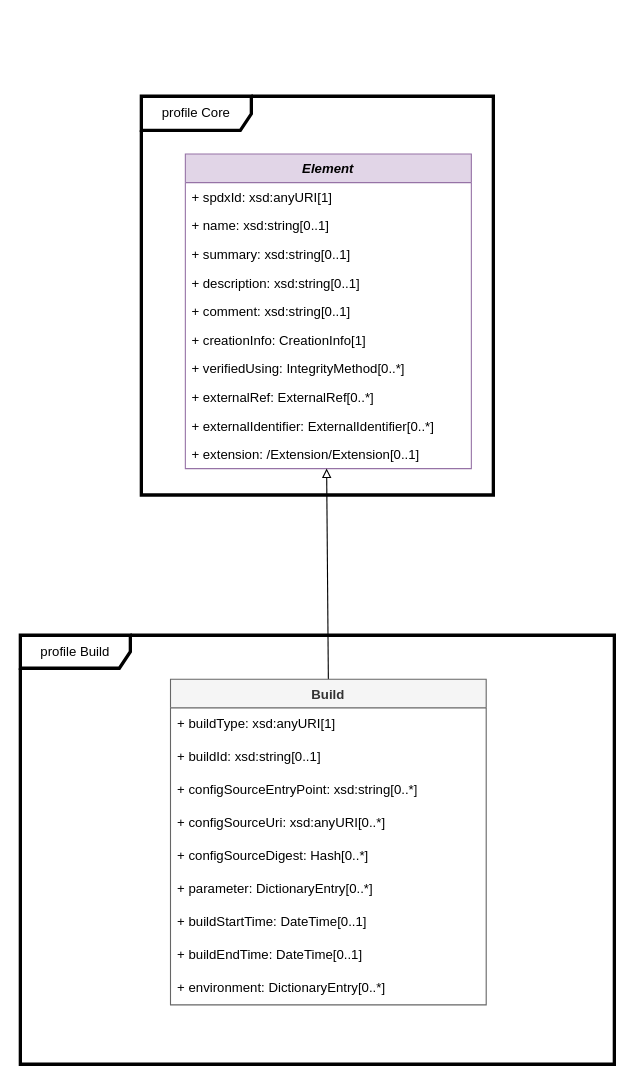
Before: page "Build" (5 of 8) of docs/model.drawio in spdx/spdx-3-model, a draw.io diagram. Source tidied: cells renumbered, new cells numbered last; positions are measured from the earlier drawing's top-left corner, leaving out a move shared by most shapes. Both pictures are drawn from the tidied source at 110%, with x=0, y=0 at pixel (20, 96).
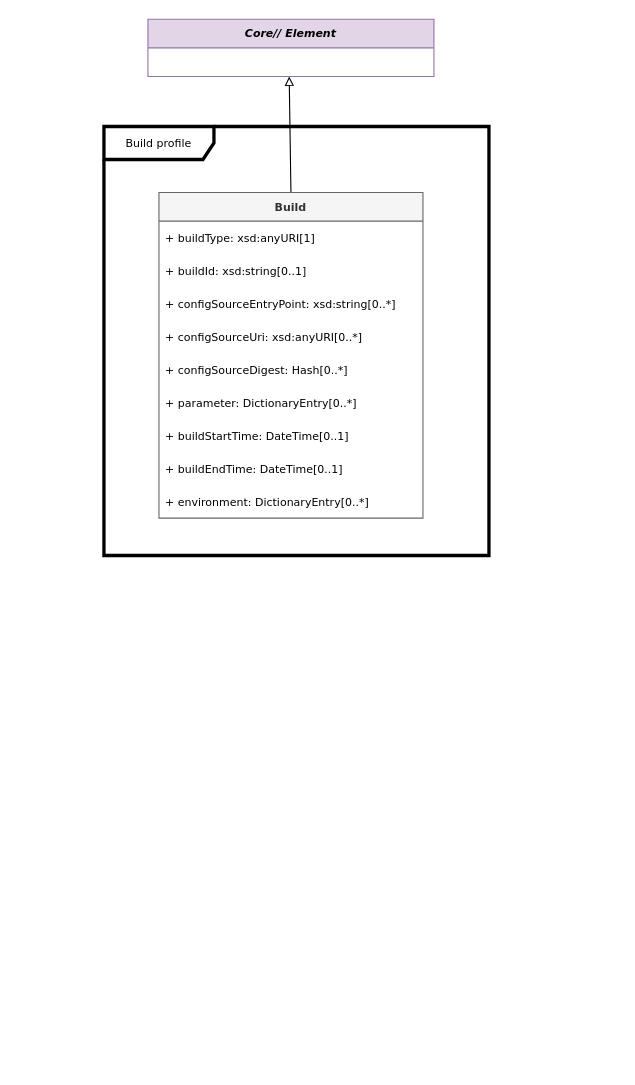
The same diagram, later.

What changed in the source:
```diff
@@
-    <mxCell id="2" value="profile Core" style="shape=umlFrame;whiteSpace=wrap;html=1;width=100;height=31;strokeWidth=3;" parent="1" vertex="1">
-      <mxGeometry x="110" width="320" height="362.5" as="geometry" />
-    </mxCell>
-    <mxCell id="3" value="Element" style="swimlane;fontStyle=3;horizontal=1;startSize=26;fillColor=#e1d5e7;strokeColor=#9673a6;" parent="1" vertex="1">
-      <mxGeometry x="150" y="52.5" width="260" height="286" as="geometry" />
+    <mxCell id="3" value="Core// Element" style="swimlane;fontStyle=3;horizontal=1;startSize=26;fillColor=#e1d5e7;strokeColor=#9673a6;fontFamily=Verdana;fontSize=10;" parent="1" vertex="1">
+      <mxGeometry x="116" y="-70" width="260" height="52" as="geometry" />
     </mxCell>
-    <mxCell id="4" value="+ spdxId: xsd:anyURI[1]" style="text;strokeColor=none;fillColor=none;align=left;verticalAlign=top;spacingLeft=4;spacingRight=4;overflow=hidden;" parent="3" vertex="1">
-      <mxGeometry y="26" width="260" height="26" as="geometry" />
-    </mxCell>
-    <mxCell id="5" value="+ name: xsd:string[0..1]" style="text;strokeColor=none;fillColor=none;align=left;verticalAlign=top;spacingLeft=4;spacingRight=4;overflow=hidden;" parent="3" vertex="1">
-      <mxGeometry y="52" width="260" height="26" as="geometry" />
-    </mxCell>
-    <mxCell id="6" value="+ summary: xsd:string[0..1]" style="text;strokeColor=none;fillColor=none;align=left;verticalAlign=top;spacingLeft=4;spacingRight=4;overflow=hidden;" parent="3" vertex="1">
-      <mxGeometry y="78" width="260" height="26" as="geometry" />
-    </mxCell>
-    <mxCell id="7" value="+ description: xsd:string[0..1]" style="text;strokeColor=none;fillColor=none;align=left;verticalAlign=top;spacingLeft=4;spacingRight=4;overflow=hidden;" parent="3" vertex="1">
-      <mxGeometry y="104" width="260" height="26" as="geometry" />
-    </mxCell>
-    <mxCell id="8" value="+ comment: xsd:string[0..1]" style="text;strokeColor=none;fillColor=none;align=left;verticalAlign=top;spacingLeft=4;spacingRight=4;overflow=hidden;" parent="3" vertex="1">
-      <mxGeometry y="130" width="260" height="26" as="geometry" />
-    </mxCell>
-    <mxCell id="9" value="+ creationInfo: CreationInfo[1]" style="text;strokeColor=none;fillColor=none;align=left;verticalAlign=top;spacingLeft=4;spacingRight=4;overflow=hidden;" parent="3" vertex="1">
-      <mxGeometry y="156" width="260" height="26" as="geometry" />
-    </mxCell>
-    <mxCell id="10" value="+ verifiedUsing: IntegrityMethod[0..*]" style="text;strokeColor=none;fillColor=none;align=left;verticalAlign=top;spacingLeft=4;spacingRight=4;overflow=hidden;" parent="3" vertex="1">
-      <mxGeometry y="182" width="260" height="26" as="geometry" />
-    </mxCell>
-    <mxCell id="11" value="+ externalRef: ExternalRef[0..*]" style="text;strokeColor=none;fillColor=none;align=left;verticalAlign=top;spacingLeft=4;spacingRight=4;overflow=hidden;fontColor=#000000;" parent="3" vertex="1">
-      <mxGeometry y="208" width="260" height="26" as="geometry" />
-    </mxCell>
-    <mxCell id="12" value="+ externalIdentifier: ExternalIdentifier[0..*]" style="text;strokeColor=none;fillColor=none;align=left;verticalAlign=top;spacingLeft=4;spacingRight=4;overflow=hidden;" parent="3" vertex="1">
-      <mxGeometry y="234" width="260" height="26" as="geometry" />
-    </mxCell>
-    <mxCell id="13" value="+ extension: /Extension/Extension[0..1]" style="text;strokeColor=none;fillColor=none;align=left;verticalAlign=top;spacingLeft=4;spacingRight=4;overflow=hidden;points=[[0,0.5],[1,0.5]];portConstraint=eastwest;" parent="3" vertex="1">
-      <mxGeometry y="260" width="260" height="26" as="geometry" />
-    </mxCell>
-    <mxCell id="14" style="endArrow=block;html=1;rounded=0;entryX=0.494;entryY=1;entryDx=0;entryDy=0;entryPerimeter=0;exitX=0.5;exitY=0;exitDx=0;exitDy=0;endFill=0;" parent="1" edge="1" source="16" target="13">
-      <mxGeometry relative="1" as="geometry" />
+    <mxCell id="14" style="endArrow=block;html=1;rounded=0;entryX=0.494;entryY=1;entryDx=0;entryDy=0;entryPerimeter=0;exitX=0.5;exitY=0;exitDx=0;exitDy=0;endFill=0;fontFamily=Verdana;fontSize=10;" parent="1" edge="1" source="16">
+      <mxGeometry relative="1" as="geometry">
+        <mxPoint x="244.4" y="-18" as="targetPoint" />
+      </mxGeometry>
     </mxCell>
-    <mxCell id="15" value="profile Build" style="shape=umlFrame;whiteSpace=wrap;html=1;width=100;height=30;strokeWidth=3;" parent="1" vertex="1">
-      <mxGeometry y="490" width="540" height="390" as="geometry" />
+    <mxCell id="15" value="Build profile" style="shape=umlFrame;whiteSpace=wrap;html=1;width=100;height=30;strokeWidth=3;fontFamily=Verdana;fontSize=10;" parent="1" vertex="1">
+      <mxGeometry x="76" y="27.5" width="350" height="390" as="geometry" />
     </mxCell>
-    <mxCell id="16" value="Build" style="swimlane;fontStyle=1;horizontal=1;startSize=26;fillColor=#f5f5f5;strokeColor=#666666;fontColor=#333333;" parent="1" vertex="1">
-      <mxGeometry x="136.5" y="530" width="287" height="296" as="geometry" />
+    <mxCell id="16" value="Build" style="swimlane;fontStyle=1;horizontal=1;startSize=26;fillColor=#f5f5f5;strokeColor=#666666;fontColor=#333333;fontFamily=Verdana;fontSize=10;" parent="1" vertex="1">
+      <mxGeometry x="126" y="87.5" width="240" height="296" as="geometry" />
     </mxCell>
-    <mxCell id="17" value="+ buildType: xsd:anyURI[1]" style="text;strokeColor=none;fillColor=none;align=left;verticalAlign=middle;spacingLeft=4;spacingRight=4;overflow=hidden;whiteSpace=wrap;html=1;" parent="16" vertex="1">
-      <mxGeometry y="26" width="287" height="30" as="geometry" />
+    <mxCell id="17" value="+ buildType: xsd:anyURI[1]" style="text;strokeColor=none;fillColor=none;align=left;verticalAlign=middle;spacingLeft=4;spacingRight=4;overflow=hidden;whiteSpace=wrap;html=1;fontFamily=Verdana;fontSize=10;" parent="16" vertex="1">
+      <mxGeometry y="26" width="240" height="30" as="geometry" />
     </mxCell>
-    <mxCell id="18" value="+ buildId: xsd:string[0..1]" style="text;strokeColor=none;fillColor=none;align=left;verticalAlign=middle;spacingLeft=4;spacingRight=4;overflow=hidden;whiteSpace=wrap;html=1;" parent="16" vertex="1">
-      <mxGeometry y="56" width="287" height="30" as="geometry" />
+    <mxCell id="18" value="+ buildId: xsd:string[0..1]" style="text;strokeColor=none;fillColor=none;align=left;verticalAlign=middle;spacingLeft=4;spacingRight=4;overflow=hidden;whiteSpace=wrap;html=1;fontFamily=Verdana;fontSize=10;" parent="16" vertex="1">
+      <mxGeometry y="56" width="240" height="30" as="geometry" />
     </mxCell>
-    <mxCell id="19" value="+ configSourceEntryPoint: xsd:string[0..*]" style="text;strokeColor=none;fillColor=none;align=left;verticalAlign=middle;spacingLeft=4;spacingRight=4;overflow=hidden;whiteSpace=wrap;html=1;" parent="16" vertex="1">
-      <mxGeometry y="86" width="287" height="30" as="geometry" />
+    <mxCell id="19" value="+ configSourceEntryPoint: xsd:string[0..*]" style="text;strokeColor=none;fillColor=none;align=left;verticalAlign=middle;spacingLeft=4;spacingRight=4;overflow=hidden;whiteSpace=wrap;html=1;fontFamily=Verdana;fontSize=10;" parent="16" vertex="1">
+      <mxGeometry y="86" width="240" height="30" as="geometry" />
     </mxCell>
-    <mxCell id="20" value="+ configSourceUri: xsd:anyURI[0..*]" style="text;strokeColor=none;fillColor=none;align=left;verticalAlign=middle;spacingLeft=4;spacingRight=4;overflow=hidden;whiteSpace=wrap;html=1;" parent="16" vertex="1">
-      <mxGeometry y="116" width="287" height="30" as="geometry" />
+    <mxCell id="20" value="+ configSourceUri: xsd:anyURI[0..*]" style="text;strokeColor=none;fillColor=none;align=left;verticalAlign=middle;spacingLeft=4;spacingRight=4;overflow=hidden;whiteSpace=wrap;html=1;fontFamily=Verdana;fontSize=10;" parent="16" vertex="1">
+      <mxGeometry y="116" width="240" height="30" as="geometry" />
     </mxCell>
-    <mxCell id="21" value="+ configSourceDigest: Hash[0..*]" style="text;strokeColor=none;fillColor=none;align=left;verticalAlign=middle;spacingLeft=4;spacingRight=4;overflow=hidden;whiteSpace=wrap;html=1;" parent="16" vertex="1">
-      <mxGeometry y="146" width="287" height="30" as="geometry" />
+    <mxCell id="21" value="+ configSourceDigest: Hash[0..*]" style="text;strokeColor=none;fillColor=none;align=left;verticalAlign=middle;spacingLeft=4;spacingRight=4;overflow=hidden;whiteSpace=wrap;html=1;fontFamily=Verdana;fontSize=10;" parent="16" vertex="1">
+      <mxGeometry y="146" width="240" height="30" as="geometry" />
     </mxCell>
-    <mxCell id="22" value="+ parameter: DictionaryEntry[0..*]" style="text;strokeColor=none;fillColor=none;align=left;verticalAlign=middle;spacingLeft=4;spacingRight=4;overflow=hidden;whiteSpace=wrap;html=1;" parent="16" vertex="1">
-      <mxGeometry y="176" width="287" height="30" as="geometry" />
+    <mxCell id="22" value="+ parameter: DictionaryEntry[0..*]" style="text;strokeColor=none;fillColor=none;align=left;verticalAlign=middle;spacingLeft=4;spacingRight=4;overflow=hidden;whiteSpace=wrap;html=1;fontFamily=Verdana;fontSize=10;" parent="16" vertex="1">
+      <mxGeometry y="176" width="240" height="30" as="geometry" />
     </mxCell>
-    <mxCell id="23" value="+ buildStartTime: DateTime[0..1]" style="text;strokeColor=none;fillColor=none;align=left;verticalAlign=middle;spacingLeft=4;spacingRight=4;overflow=hidden;whiteSpace=wrap;html=1;" parent="16" vertex="1">
-      <mxGeometry y="206" width="287" height="30" as="geometry" />
+    <mxCell id="23" value="+ buildStartTime: DateTime[0..1]" style="text;strokeColor=none;fillColor=none;align=left;verticalAlign=middle;spacingLeft=4;spacingRight=4;overflow=hidden;whiteSpace=wrap;html=1;fontFamily=Verdana;fontSize=10;" parent="16" vertex="1">
+      <mxGeometry y="206" width="240" height="30" as="geometry" />
     </mxCell>
-    <mxCell id="24" value="+ buildEndTime: DateTime[0..1]" style="text;strokeColor=none;fillColor=none;align=left;verticalAlign=middle;spacingLeft=4;spacingRight=4;overflow=hidden;whiteSpace=wrap;html=1;" parent="16" vertex="1">
-      <mxGeometry y="236" width="287" height="30" as="geometry" />
+    <mxCell id="24" value="+ buildEndTime: DateTime[0..1]" style="text;strokeColor=none;fillColor=none;align=left;verticalAlign=middle;spacingLeft=4;spacingRight=4;overflow=hidden;whiteSpace=wrap;html=1;fontFamily=Verdana;fontSize=10;" parent="16" vertex="1">
+      <mxGeometry y="236" width="240" height="30" as="geometry" />
     </mxCell>
-    <mxCell id="25" value="+ environment: DictionaryEntry[0..*]" style="text;strokeColor=none;fillColor=none;align=left;verticalAlign=middle;spacingLeft=4;spacingRight=4;overflow=hidden;whiteSpace=wrap;html=1;" parent="16" vertex="1">
-      <mxGeometry y="266" width="287" height="30" as="geometry" />
+    <mxCell id="25" value="+ environment: DictionaryEntry[0..*]" style="text;strokeColor=none;fillColor=none;align=left;verticalAlign=middle;spacingLeft=4;spacingRight=4;overflow=hidden;whiteSpace=wrap;html=1;fontFamily=Verdana;fontSize=10;" parent="16" vertex="1">
+      <mxGeometry y="266" width="240" height="30" as="geometry" />
     </mxCell>
```
